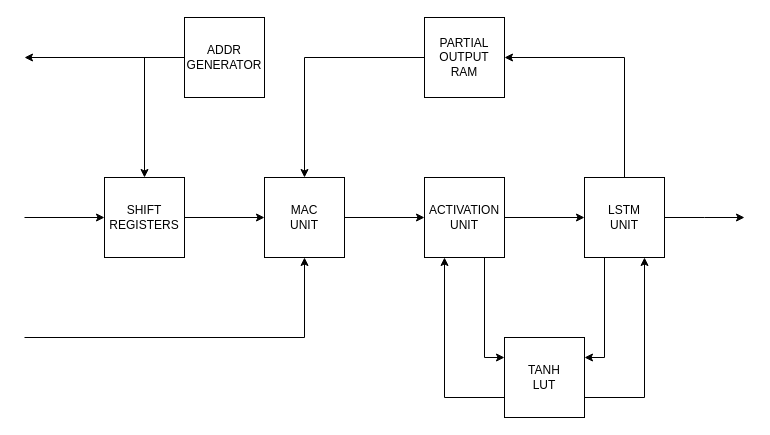
This is slides/images/overview_arch.drawio from AlessandroVaraldi/LSTM_ACCELERATOR, a draw.io file, before an edit. Source tidied: cells renumbered, new cells numbered last; positions are measured from the earlier drawing's top-left corner, leaving out a move shared by most shapes. Both pictures are drawn from the tidied source at 100%, with x=0, y=0 at pixel (24, 17).
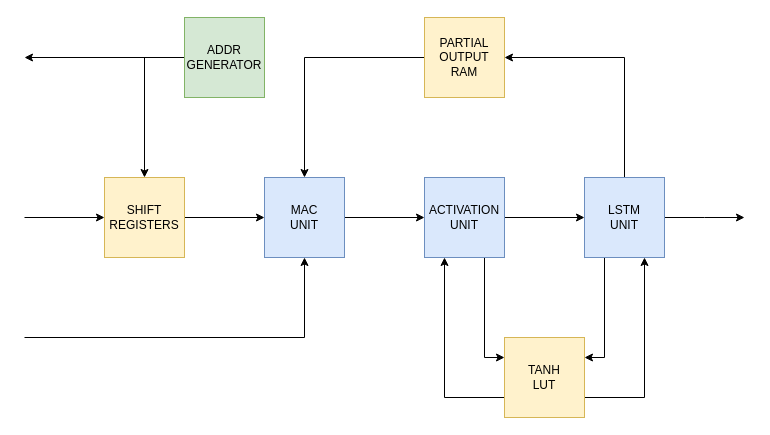
Above is the later version.

Diff of the diagram source:
```diff
@@
-    <mxCell id="4" value="&lt;div&gt;MAC&lt;/div&gt;&lt;div&gt;UNIT&lt;br&gt;&lt;/div&gt;" style="whiteSpace=wrap;html=1;" parent="1" vertex="1">
+    <mxCell id="4" value="&lt;div&gt;MAC&lt;/div&gt;&lt;div&gt;UNIT&lt;br&gt;&lt;/div&gt;" style="whiteSpace=wrap;html=1;fillColor=#dae8fc;strokeColor=#6c8ebf;" parent="1" vertex="1">
       <mxGeometry x="240" y="160" width="80" height="80" as="geometry" />
     </mxCell>
@@
-    <mxCell id="7" value="&lt;div&gt;ACTIVATION&lt;/div&gt;&lt;div&gt;UNIT&lt;br&gt;&lt;/div&gt;" style="whiteSpace=wrap;html=1;" parent="1" vertex="1">
+    <mxCell id="7" value="&lt;div&gt;ACTIVATION&lt;/div&gt;&lt;div&gt;UNIT&lt;br&gt;&lt;/div&gt;" style="whiteSpace=wrap;html=1;fillColor=#dae8fc;strokeColor=#6c8ebf;" parent="1" vertex="1">
       <mxGeometry x="400" y="160" width="80" height="80" as="geometry" />
     </mxCell>
@@
-    <mxCell id="11" value="&lt;div&gt;LSTM&lt;/div&gt;&lt;div&gt;UNIT&lt;br&gt;&lt;/div&gt;" style="whiteSpace=wrap;html=1;" parent="1" vertex="1">
+    <mxCell id="11" value="&lt;div&gt;LSTM&lt;/div&gt;&lt;div&gt;UNIT&lt;br&gt;&lt;/div&gt;" style="whiteSpace=wrap;html=1;fillColor=#dae8fc;strokeColor=#6c8ebf;" parent="1" vertex="1">
       <mxGeometry x="560" y="160" width="80" height="80" as="geometry" />
     </mxCell>
@@
-    <mxCell id="14" value="&lt;div&gt;TANH&lt;/div&gt;&lt;div&gt;LUT&lt;br&gt;&lt;/div&gt;" style="whiteSpace=wrap;html=1;" parent="1" vertex="1">
+    <mxCell id="14" value="&lt;div&gt;TANH&lt;/div&gt;&lt;div&gt;LUT&lt;br&gt;&lt;/div&gt;" style="whiteSpace=wrap;html=1;fillColor=#fff2cc;strokeColor=#d6b656;" parent="1" vertex="1">
       <mxGeometry x="480" y="320" width="80" height="80" as="geometry" />
     </mxCell>
@@
-    <mxCell id="16" value="&lt;div&gt;PARTIAL&lt;/div&gt;&lt;div&gt;OUTPUT&lt;/div&gt;&lt;div&gt;RAM&lt;/div&gt;" style="whiteSpace=wrap;html=1;" parent="1" vertex="1">
+    <mxCell id="16" value="&lt;div&gt;PARTIAL&lt;/div&gt;&lt;div&gt;OUTPUT&lt;/div&gt;&lt;div&gt;RAM&lt;/div&gt;" style="whiteSpace=wrap;html=1;fillColor=#fff2cc;strokeColor=#d6b656;" parent="1" vertex="1">
       <mxGeometry x="400" width="80" height="80" as="geometry" />
     </mxCell>
@@
-    <mxCell id="19" value="&lt;div&gt;ADDR&lt;/div&gt;&lt;div&gt;GENERATOR&lt;/div&gt;" style="whiteSpace=wrap;html=1;" parent="1" vertex="1">
+    <mxCell id="19" value="&lt;div&gt;ADDR&lt;/div&gt;&lt;div&gt;GENERATOR&lt;/div&gt;" style="whiteSpace=wrap;html=1;fillColor=#d5e8d4;strokeColor=#82b366;" parent="1" vertex="1">
       <mxGeometry x="160" width="80" height="80" as="geometry" />
     </mxCell>
@@
-    <mxCell id="22" value="&lt;div&gt;SHIFT&lt;/div&gt;&lt;div&gt;REGISTERS&lt;br&gt;&lt;/div&gt;" style="whiteSpace=wrap;html=1;" parent="1" vertex="1">
+    <mxCell id="22" value="&lt;div&gt;SHIFT&lt;/div&gt;&lt;div&gt;REGISTERS&lt;br&gt;&lt;/div&gt;" style="whiteSpace=wrap;html=1;fillColor=#fff2cc;strokeColor=#d6b656;" parent="1" vertex="1">
       <mxGeometry x="80" y="160" width="80" height="80" as="geometry" />
     </mxCell>
```
